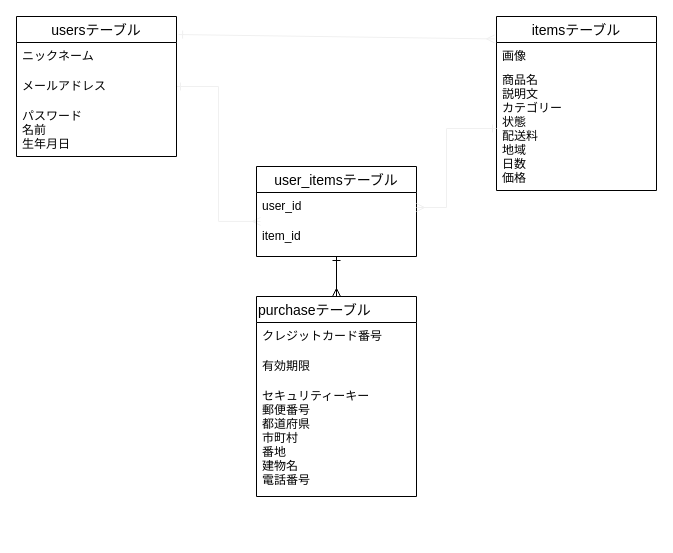
chiakiaosima/furima-33381 keeps this draw.io diagram as furima.dio. Above is the earlier version. Source tidied: cells renumbered, new cells numbered last; positions are measured from the earlier drawing's top-left corner, leaving out a move shared by most shapes. Both pictures are drawn from the tidied source at 100%, with x=0, y=0 at pixel (16, 16).
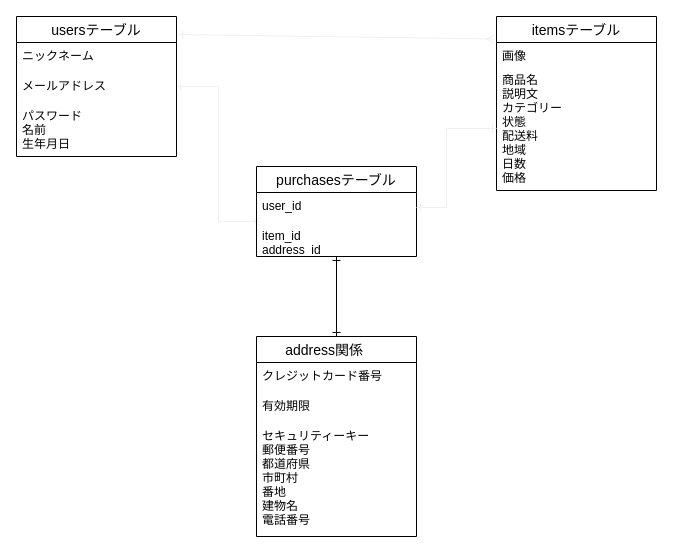
The same page after the edit.

Commit message (it also covers changes not shown here):
READMEとER図修正版2

The change refers to these unchanged cells:
```xml
<mxCell id="9" value="商品名&#10;説明文&#10;カテゴリー&#10;状態&#10;配送料&#10;地域&#10;日数&#10;価格" style="text;strokeColor=none;fillColor=none;spacingLeft=4;spacingRight=4;overflow=hidden;points=[[0,0.5],[1,0.5]];portConstraint=eastwest;fontSize=12;" parent="7" vertex="1">
  <mxGeometry y="50" width="160" height="124" as="geometry" />
</mxCell>
<mxCell id="16" value="user_id" style="text;strokeColor=none;fillColor=none;spacingLeft=4;spacingRight=4;overflow=hidden;points=[[0,0.5],[1,0.5]];portConstraint=eastwest;fontSize=12;" parent="15" vertex="1">
  <mxGeometry y="26" width="160" height="30" as="geometry" />
</mxCell>
```

The edit, as a diff of the source:
```diff
@@
-    <mxCell id="10" value="purchaseテーブル" style="swimlane;fontStyle=0;horizontal=1;startSize=26;align=left;fontSize=14;" parent="1" vertex="1">
-      <mxGeometry x="240" y="280" width="160" height="200" as="geometry" />
+    <mxCell id="10" value="       address関係" style="swimlane;fontStyle=0;horizontal=1;startSize=26;align=left;fontSize=14;" parent="1" vertex="1">
+      <mxGeometry x="240" y="320" width="160" height="200" as="geometry" />
     </mxCell>
@@
-    <mxCell id="14" style="edgeStyle=none;rounded=0;jettySize=auto;html=1;entryX=0.5;entryY=0;entryDx=0;entryDy=0;startArrow=ERone;startFill=0;endArrow=ERmany;endFill=0;" parent="1" edge="1" source="15" target="10">
+    <mxCell id="14" style="edgeStyle=none;rounded=0;jettySize=auto;html=1;entryX=0.5;entryY=0;entryDx=0;entryDy=0;startArrow=ERone;startFill=0;endArrow=ERone;endFill=0;" parent="1" edge="1" source="15" target="10">
       <mxGeometry relative="1" as="geometry" />
     </mxCell>
-    <mxCell id="15" value="user_itemsテーブル" style="swimlane;fontStyle=0;horizontal=1;startSize=26;align=center;fontSize=14;" parent="1" vertex="1">
+    <mxCell id="15" value="purchasesテーブル" style="swimlane;fontStyle=0;horizontal=1;startSize=26;align=center;fontSize=14;" parent="1" vertex="1">
       <mxGeometry x="240" y="150" width="160" height="90" as="geometry" />
     </mxCell>
@@
-    <mxCell id="17" value="item_id" style="text;strokeColor=none;fillColor=none;spacingLeft=4;spacingRight=4;overflow=hidden;points=[[0,0.5],[1,0.5]];portConstraint=eastwest;fontSize=12;" parent="15" vertex="1">
+    <mxCell id="17" value="item_id&#10;address_id" style="text;strokeColor=none;fillColor=none;spacingLeft=4;spacingRight=4;overflow=hidden;points=[[0,0.5],[1,0.5]];portConstraint=eastwest;fontSize=12;" parent="15" vertex="1">
       <mxGeometry y="56" width="160" height="34" as="geometry" />
     </mxCell>
@@
-    <mxCell id="19" style="rounded=0;jettySize=auto;html=1;startArrow=ERmany;startFill=0;endArrow=ERone;endFill=0;strokeColor=#f0f0f0;edgeStyle=elbowEdgeStyle;entryX=0;entryY=0.5;entryDx=0;entryDy=0;" parent="1" edge="1" source="16" target="9">
+    <mxCell id="19" style="rounded=0;jettySize=auto;html=1;startArrow=ERone;startFill=0;endArrow=ERone;endFill=0;strokeColor=#f0f0f0;edgeStyle=elbowEdgeStyle;entryX=0;entryY=0.5;entryDx=0;entryDy=0;" parent="1" edge="1" source="16" target="9">
       <mxGeometry relative="1" as="geometry">
         <Array as="points">
           <mxPoint x="430" y="160" />
           <mxPoint x="436" y="150" />
         </Array>
       </mxGeometry>
     </mxCell>
```
